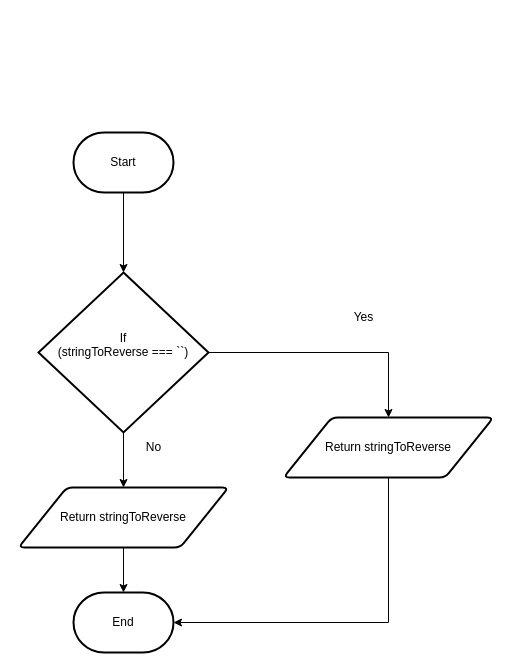
Above: 3-01/design/Flowchart.drawio in Mikael-Amare/ICS4U-Unit3 (draw.io), before the change. Source tidied: cells renumbered, new cells numbered last; positions are measured from the earlier drawing's top-left corner, leaving out a move shared by most shapes. Both pictures are drawn from the tidied source at 100%, with x=0, y=0 at pixel (18, 132).
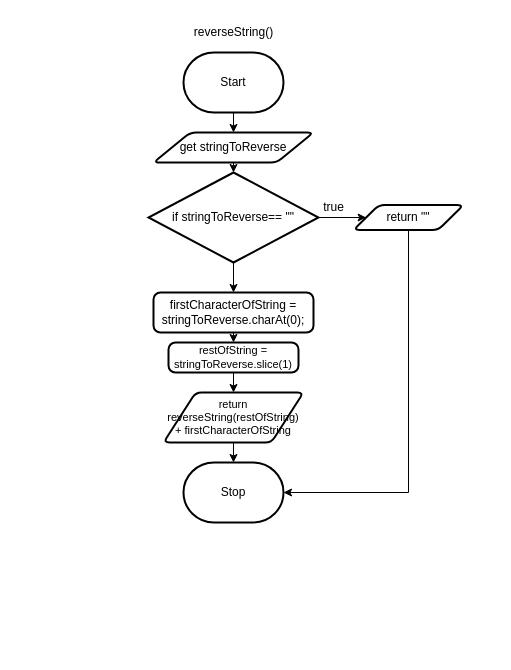
The same diagram, later.

The edit, as a diff of the source:
```diff
@@
 <mxGraphModel>
   <root>
     <mxCell id="0" />
     <mxCell id="1" parent="0" />
+    <mxCell id="7" style="edgeStyle=orthogonalEdgeStyle;html=1;exitX=0.5;exitY=1;exitDx=0;exitDy=0;exitPerimeter=0;rounded=0;" parent="1" edge="1" source="14" target="15">
+      <mxGeometry relative="1" as="geometry" />
+    </mxCell>
+    <mxCell id="14" value="Start" style="strokeWidth=2;html=1;shape=mxgraph.flowchart.terminator;whiteSpace=wrap;" parent="1" vertex="1">
+      <mxGeometry x="165" y="-80" width="100" height="60" as="geometry" />
+    </mxCell>
+    <mxCell id="3" value="Stop" style="strokeWidth=2;html=1;shape=mxgraph.flowchart.terminator;whiteSpace=wrap;" parent="1" vertex="1">
+      <mxGeometry x="165" y="330" width="100" height="60" as="geometry" />
+    </mxCell>
+    <mxCell id="5" style="edgeStyle=none;html=1;exitX=0.5;exitY=1;exitDx=0;exitDy=0;entryX=0.5;entryY=0;entryDx=0;entryDy=0;entryPerimeter=0;fontFamily=Helvetica;fontSize=12;fontColor=default;" parent="1" edge="1" source="15" target="16">
+      <mxGeometry relative="1" as="geometry" />
+    </mxCell>
+    <mxCell id="15" value="get stringToReverse" style="shape=parallelogram;html=1;strokeWidth=2;perimeter=parallelogramPerimeter;whiteSpace=wrap;rounded=1;arcSize=12;size=0.23;" parent="1" vertex="1">
+      <mxGeometry x="135" width="160" height="30" as="geometry" />
+    </mxCell>
+    <mxCell id="4" value="reverseString()" style="text;html=1;align=center;verticalAlign=middle;strokeColor=none;fillColor=none;" parent="1" vertex="1">
+      <mxGeometry x="165" y="-115" width="100" height="30" as="geometry" />
+    </mxCell>
-    <mxCell id="2" style="edgeStyle=orthogonalEdgeStyle;rounded=0;html=1;exitX=0.5;exitY=1;exitDx=0;exitDy=0;entryX=1;entryY=0.5;entryDx=0;entryDy=0;entryPerimeter=0;startArrow=none;" parent="1" edge="1" source="13" target="7">
+    <mxCell id="2" style="edgeStyle=none;html=1;exitX=1;exitY=0.5;exitDx=0;exitDy=0;exitPerimeter=0;entryX=0;entryY=0.5;entryDx=0;entryDy=0;fontFamily=Helvetica;fontSize=12;fontColor=default;" parent="1" edge="1" source="16" target="8">
       <mxGeometry relative="1" as="geometry" />
     </mxCell>
-    <mxCell id="3" value="Start" style="strokeWidth=2;html=1;shape=mxgraph.flowchart.terminator;whiteSpace=wrap;" parent="1" vertex="1">
-      <mxGeometry x="55" width="100" height="60" as="geometry" />
-    </mxCell>
-    <mxCell id="4" style="edgeStyle=orthogonalEdgeStyle;html=1;exitX=1;exitY=0.5;exitDx=0;exitDy=0;exitPerimeter=0;entryX=0.5;entryY=0;entryDx=0;entryDy=0;rounded=0;" parent="1" edge="1" source="10" target="13">
-      <mxGeometry relative="1" as="geometry">
-        <Array as="points">
-          <mxPoint x="370" y="220" />
-        </Array>
-      </mxGeometry>
-    </mxCell>
-    <mxCell id="5" style="edgeStyle=orthogonalEdgeStyle;rounded=0;html=1;exitX=0.5;exitY=1;exitDx=0;exitDy=0;exitPerimeter=0;" parent="1" edge="1" source="10" target="9">
-      <mxGeometry relative="1" as="geometry" />
-    </mxCell>
-    <mxCell id="6" style="edgeStyle=orthogonalEdgeStyle;rounded=0;html=1;exitX=0.5;exitY=1;exitDx=0;exitDy=0;exitPerimeter=0;entryX=0.5;entryY=0;entryDx=0;entryDy=0;entryPerimeter=0;" parent="1" edge="1" source="3" target="10">
+    <mxCell id="6" style="edgeStyle=orthogonalEdgeStyle;shape=connector;rounded=0;html=1;exitX=0.5;exitY=1;exitDx=0;exitDy=0;exitPerimeter=0;entryX=0.5;entryY=0;entryDx=0;entryDy=0;labelBackgroundColor=default;strokeColor=default;fontFamily=Helvetica;fontSize=11;fontColor=default;endArrow=classic;" parent="1" edge="1" source="16" target="10">
       <mxGeometry relative="1" as="geometry" />
     </mxCell>
-    <mxCell id="7" value="End" style="strokeWidth=2;html=1;shape=mxgraph.flowchart.terminator;whiteSpace=wrap;" parent="1" vertex="1">
-      <mxGeometry x="55" y="460" width="100" height="60" as="geometry" />
-    </mxCell>
+    <mxCell id="16" value="if stringToReverse== &quot;&quot;" style="strokeWidth=2;html=1;shape=mxgraph.flowchart.decision;whiteSpace=wrap;rounded=1;strokeColor=default;fontFamily=Helvetica;fontSize=12;fontColor=default;fillColor=default;" parent="1" vertex="1">
+      <mxGeometry x="130" y="40" width="170" height="90" as="geometry" />
+    </mxCell>
+    <mxCell id="17" style="edgeStyle=orthogonalEdgeStyle;shape=connector;rounded=0;html=1;exitX=0.5;exitY=1;exitDx=0;exitDy=0;entryX=1;entryY=0.5;entryDx=0;entryDy=0;entryPerimeter=0;labelBackgroundColor=default;strokeColor=default;fontFamily=Helvetica;fontSize=11;fontColor=default;endArrow=classic;" parent="1" edge="1" source="8" target="3">
+      <mxGeometry relative="1" as="geometry" />
+    </mxCell>
-    <mxCell id="8" style="edgeStyle=orthogonalEdgeStyle;rounded=0;html=1;entryX=0.5;entryY=0;entryDx=0;entryDy=0;entryPerimeter=0;" parent="1" edge="1" source="9" target="7">
-      <mxGeometry relative="1" as="geometry" />
+    <mxCell id="8" value="return &quot;&quot;" style="shape=parallelogram;html=1;strokeWidth=2;perimeter=parallelogramPerimeter;whiteSpace=wrap;rounded=1;arcSize=12;size=0.23;strokeColor=default;fontFamily=Helvetica;fontSize=12;fontColor=default;fillColor=default;" parent="1" vertex="1">
+      <mxGeometry x="335" y="72.5" width="110" height="25" as="geometry" />
     </mxCell>
-    <mxCell id="9" value="Return&amp;nbsp;stringToReverse" style="shape=parallelogram;html=1;strokeWidth=2;perimeter=parallelogramPerimeter;whiteSpace=wrap;rounded=1;arcSize=12;size=0.23;" parent="1" vertex="1">
-      <mxGeometry y="355" width="210" height="60" as="geometry" />
-    </mxCell>
+    <mxCell id="18" value="true" style="text;html=1;align=center;verticalAlign=middle;strokeColor=none;fillColor=none;fontSize=12;fontFamily=Helvetica;fontColor=default;" parent="1" vertex="1">
+      <mxGeometry x="295" y="60" width="40" height="30" as="geometry" />
+    </mxCell>
+    <mxCell id="12" style="edgeStyle=orthogonalEdgeStyle;shape=connector;rounded=0;html=1;exitX=0.5;exitY=1;exitDx=0;exitDy=0;entryX=0.5;entryY=0;entryDx=0;entryDy=0;labelBackgroundColor=default;strokeColor=default;fontFamily=Helvetica;fontSize=11;fontColor=default;endArrow=classic;" parent="1" edge="1" source="10" target="11">
+      <mxGeometry relative="1" as="geometry" />
+    </mxCell>
-    <mxCell id="10" value="If&lt;br&gt;&lt;div&gt;(stringToReverse === ``)&lt;/div&gt;&lt;div&gt;&lt;br&gt;&lt;/div&gt;&lt;div&gt;&lt;/div&gt;" style="strokeWidth=2;html=1;shape=mxgraph.flowchart.decision;whiteSpace=wrap;" parent="1" vertex="1">
-      <mxGeometry x="20" y="140" width="170" height="160" as="geometry" />
+    <mxCell id="10" value="firstCharacterOfString = stringToReverse.charAt(0);" style="rounded=1;whiteSpace=wrap;html=1;absoluteArcSize=1;arcSize=14;strokeWidth=2;strokeColor=default;fontFamily=Helvetica;fontSize=12;fontColor=default;fillColor=default;" parent="1" vertex="1">
+      <mxGeometry x="135" y="160" width="160" height="40" as="geometry" />
     </mxCell>
+    <mxCell id="19" style="edgeStyle=orthogonalEdgeStyle;shape=connector;rounded=0;html=1;exitX=0.5;exitY=1;exitDx=0;exitDy=0;entryX=0.5;entryY=0;entryDx=0;entryDy=0;labelBackgroundColor=default;strokeColor=default;fontFamily=Helvetica;fontSize=11;fontColor=default;endArrow=classic;" parent="1" edge="1" source="11" target="13">
+      <mxGeometry relative="1" as="geometry" />
+    </mxCell>
-    <mxCell id="11" value="Yes" style="text;html=1;align=center;verticalAlign=middle;points=[];strokeColor=none;fillColor=none;" parent="1" vertex="1">
-      <mxGeometry x="325" y="170" width="40" height="30" as="geometry" />
+    <mxCell id="11" value="restOfString = stringToReverse.slice(1)" style="rounded=1;whiteSpace=wrap;html=1;absoluteArcSize=1;arcSize=14;strokeWidth=2;strokeColor=default;fontFamily=Helvetica;fontSize=11;fontColor=default;fillColor=default;" parent="1" vertex="1">
+      <mxGeometry x="150" y="210" width="130" height="30" as="geometry" />
     </mxCell>
-    <mxCell id="12" value="No" style="text;html=1;align=center;verticalAlign=middle;strokeColor=none;fillColor=none;" parent="1" vertex="1">
-      <mxGeometry x="115" y="300" width="40" height="30" as="geometry" />
-    </mxCell>
+    <mxCell id="20" style="edgeStyle=orthogonalEdgeStyle;shape=connector;rounded=0;html=1;exitX=0.5;exitY=1;exitDx=0;exitDy=0;entryX=0.5;entryY=0;entryDx=0;entryDy=0;entryPerimeter=0;labelBackgroundColor=default;strokeColor=default;fontFamily=Helvetica;fontSize=11;fontColor=default;endArrow=classic;" parent="1" edge="1" source="13" target="3">
+      <mxGeometry relative="1" as="geometry" />
+    </mxCell>
-    <mxCell id="13" value="Return&amp;nbsp;stringToReverse" style="shape=parallelogram;html=1;strokeWidth=2;perimeter=parallelogramPerimeter;whiteSpace=wrap;rounded=1;arcSize=12;size=0.23;" parent="1" vertex="1">
-      <mxGeometry x="265" y="285" width="210" height="60" as="geometry" />
+    <mxCell id="13" value="return reverseString(restOfString) + firstCharacterOfString" style="shape=parallelogram;html=1;strokeWidth=2;perimeter=parallelogramPerimeter;whiteSpace=wrap;rounded=1;arcSize=12;size=0.23;strokeColor=default;fontFamily=Helvetica;fontSize=11;fontColor=default;fillColor=default;" parent="1" vertex="1">
+      <mxGeometry x="145" y="260" width="140" height="50" as="geometry" />
     </mxCell>
   </root>
 </mxGraphModel>
```
